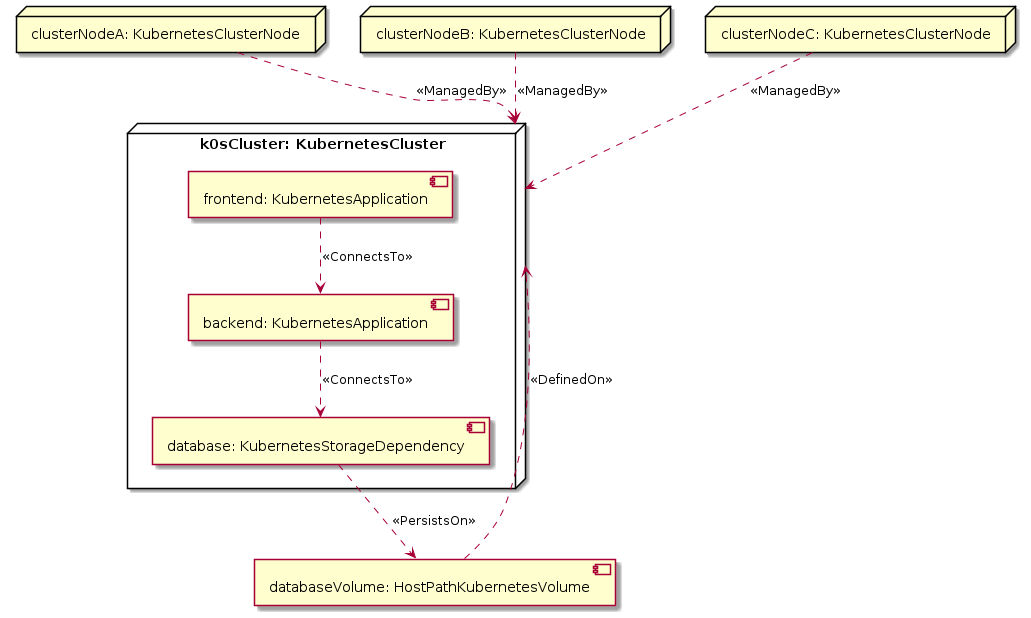
The PlantUML diagram cloud-native-tosca-profile/figures/cloud-native-tosca-profile-uml2-deployment-diagram.png in bl2-doutorado/artigo-sbqs-2025, before a commit.
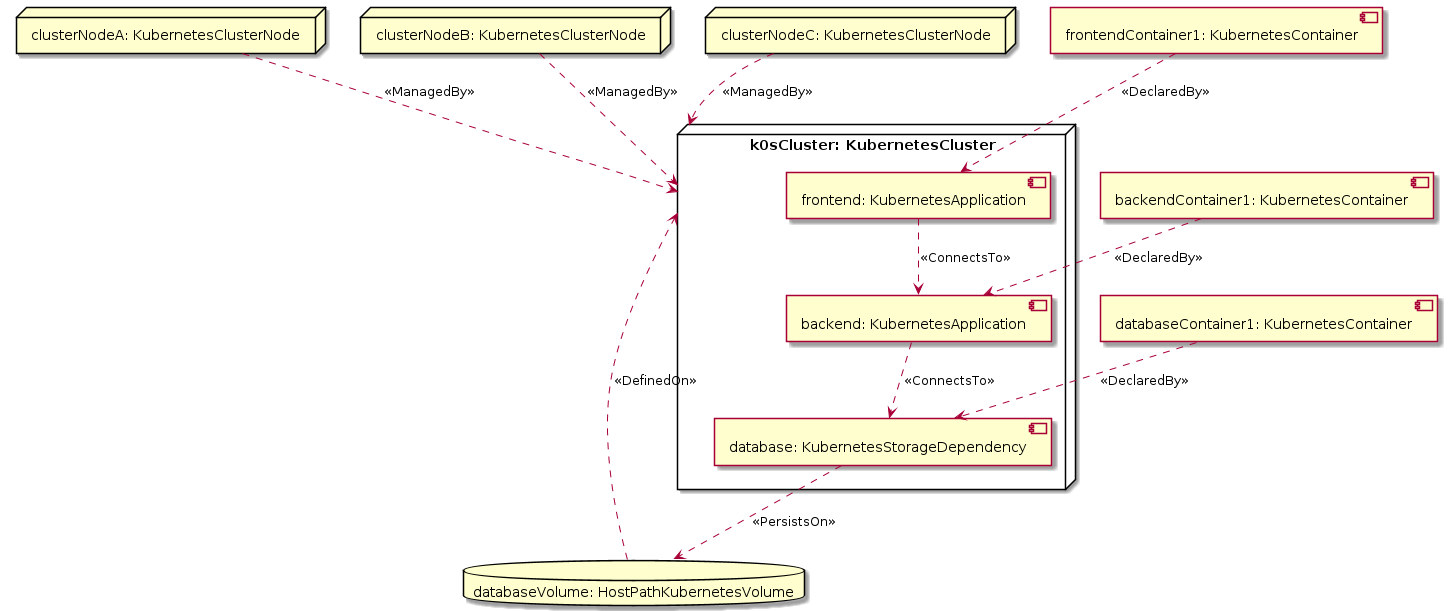
The same file after the commit.

Commit message:
feat(TOSCA): :sparkles: Update TOSCA profile

What changed in the source:
```diff
@@ -10,12 +10,18 @@
 node "clusterNodeA: KubernetesClusterNode" as node_clusterNodeA
 node "clusterNodeB: KubernetesClusterNode" as node_clusterNodeB
 node "clusterNodeC: KubernetesClusterNode" as node_clusterNodeC
-component "databaseVolume: HostPathKubernetesVolume" as node_databaseVolume
+component "frontendContainer1: KubernetesContainer" as node_frontendContainer1
+component "backendContainer1: KubernetesContainer" as node_backendContainer1
+component "databaseContainer1: KubernetesContainer" as node_databaseContainer1
+database "databaseVolume: HostPathKubernetesVolume" as node_databaseVolume
 node_clusterNodeA ..> node_k0sCluster : <<ManagedBy>>
 node_clusterNodeB ..> node_k0sCluster : <<ManagedBy>>
 node_clusterNodeC ..> node_k0sCluster : <<ManagedBy>>
 node_frontend ..> node_backend : <<ConnectsTo>>
+node_frontendContainer1 ..> node_frontend : <<DeclaredBy>>
 node_backend ..> node_database : <<ConnectsTo>>
+node_backendContainer1 ..> node_backend : <<DeclaredBy>>
 node_database ..> node_databaseVolume : <<PersistsOn>>
+node_databaseContainer1 ..> node_database : <<DeclaredBy>>
 node_databaseVolume ..> node_k0sCluster : <<DefinedOn>>
 @enduml
```
